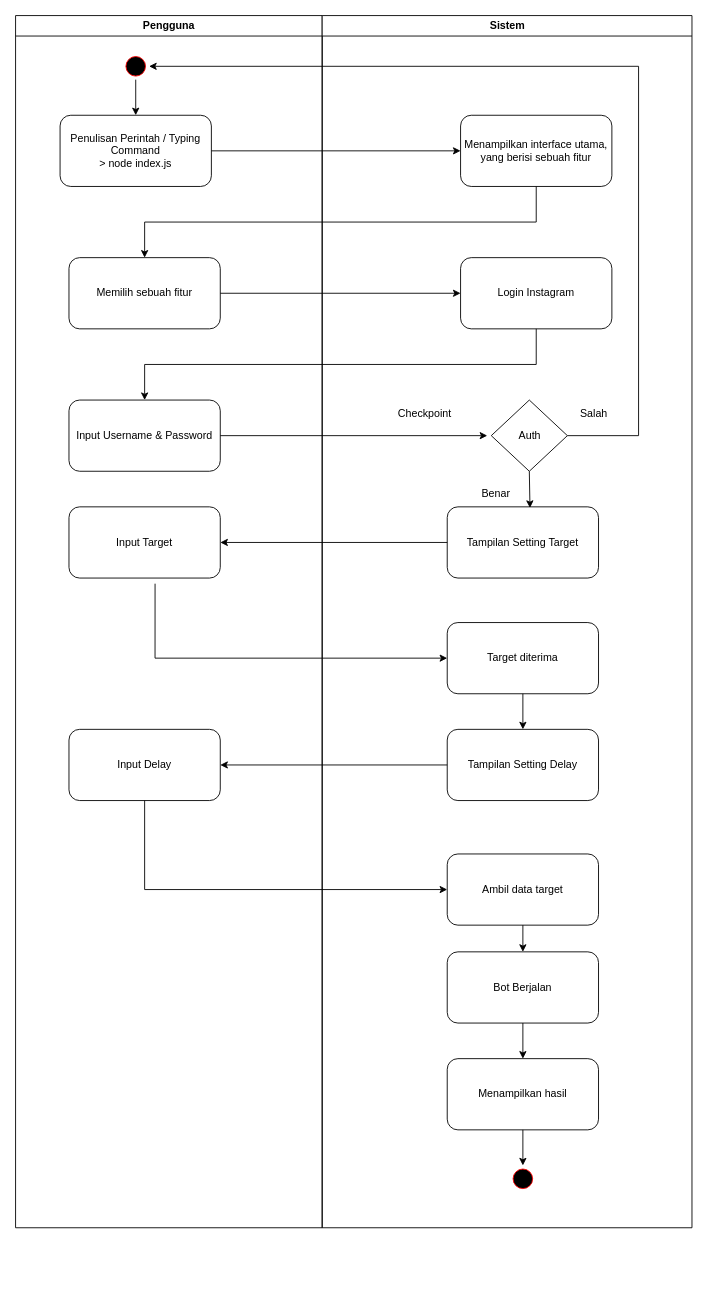
Above: activity sample.drawio in ehki7/GIS (draw.io), before the change. Source tidied: cells renumbered, new cells numbered last; positions are measured from the earlier drawing's top-left corner, leaving out a move shared by most shapes. Both pictures are drawn from the tidied source at 89%, with x=0, y=0 at pixel (15, 15).
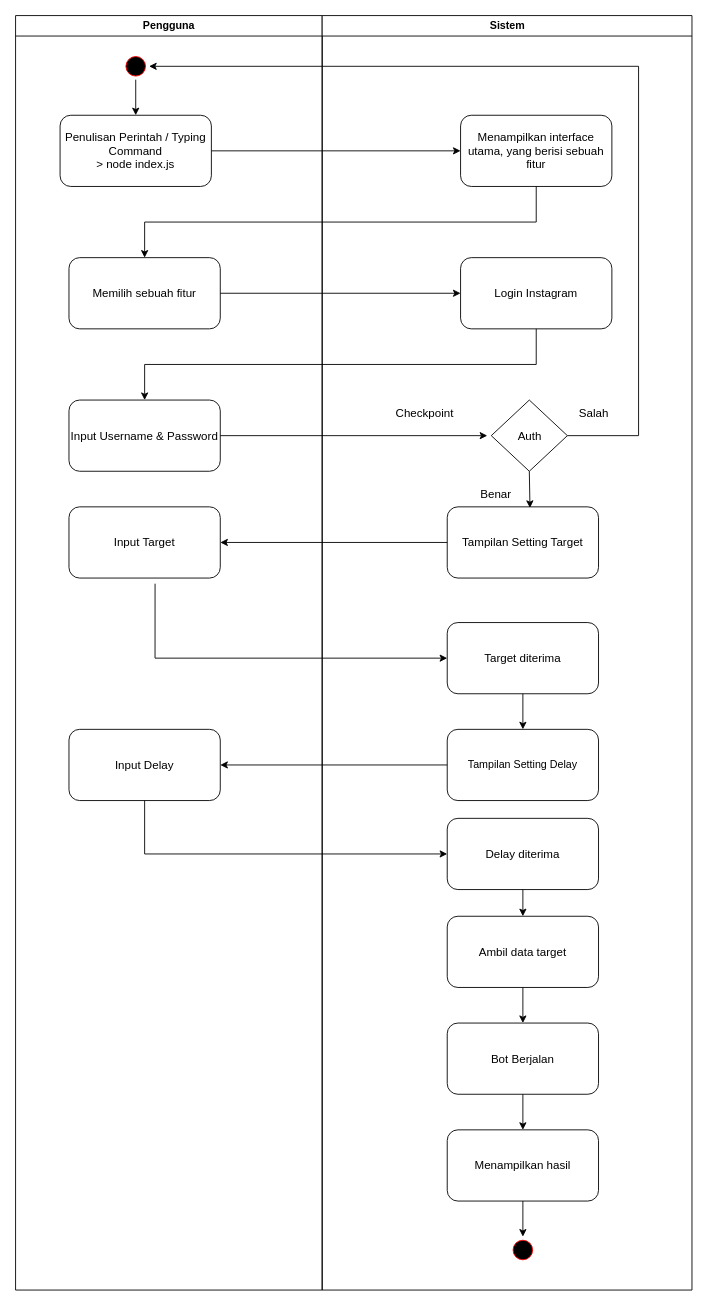
Above is the later version.

Change to the diagram source:
```diff
@@
     <mxCell id="2" value="Pengguna" style="swimlane;whiteSpace=wrap;" parent="1" vertex="1">
-      <mxGeometry width="344.5" height="1362" as="geometry" />
+      <mxGeometry width="344.5" height="1432" as="geometry" />
     </mxCell>
@@
-    <mxCell id="4" value="Penulisan Perintah / Typing Command&lt;br&gt;&amp;gt; node index.js" style="rounded=1;whiteSpace=wrap;html=1;" parent="2" vertex="1">
+    <mxCell id="4" value="&lt;font style=&quot;font-size: 13px;&quot;&gt;Penulisan Perintah / Typing Command&lt;br&gt;&amp;gt; node index.js&lt;/font&gt;" style="rounded=1;whiteSpace=wrap;html=1;" parent="2" vertex="1">
       <mxGeometry x="50" y="112" width="170" height="80" as="geometry" />
     </mxCell>
-    <mxCell id="5" value="Memilih sebuah fitur" style="rounded=1;whiteSpace=wrap;html=1;" parent="2" vertex="1">
+    <mxCell id="5" value="&lt;font style=&quot;font-size: 13px;&quot;&gt;Memilih sebuah fitur&lt;/font&gt;" style="rounded=1;whiteSpace=wrap;html=1;" parent="2" vertex="1">
       <mxGeometry x="60" y="272" width="170" height="80" as="geometry" />
     </mxCell>
-    <mxCell id="6" value="Input Username &amp;amp; Password" style="rounded=1;whiteSpace=wrap;html=1;" parent="2" vertex="1">
+    <mxCell id="6" value="&lt;font style=&quot;font-size: 13px;&quot;&gt;Input Username &amp;amp; Password&lt;/font&gt;" style="rounded=1;whiteSpace=wrap;html=1;" parent="2" vertex="1">
       <mxGeometry x="60" y="432" width="170" height="80" as="geometry" />
     </mxCell>
-    <mxCell id="7" value="Input Target" style="rounded=1;whiteSpace=wrap;html=1;" parent="2" vertex="1">
+    <mxCell id="7" value="&lt;font style=&quot;font-size: 13px;&quot;&gt;Input Target&lt;/font&gt;" style="rounded=1;whiteSpace=wrap;html=1;" parent="2" vertex="1">
       <mxGeometry x="60" y="552" width="170" height="80" as="geometry" />
     </mxCell>
@@
-    <mxCell id="9" value="Input Delay" style="rounded=1;whiteSpace=wrap;html=1;" parent="2" vertex="1">
+    <mxCell id="9" value="&lt;font style=&quot;font-size: 13px;&quot;&gt;Input Delay&lt;/font&gt;" style="rounded=1;whiteSpace=wrap;html=1;" parent="2" vertex="1">
       <mxGeometry x="60" y="802" width="170" height="80" as="geometry" />
     </mxCell>
     <mxCell id="10" value="Sistem" style="swimlane;whiteSpace=wrap;startSize=23;" parent="1" vertex="1">
-      <mxGeometry x="344.5" width="415.5" height="1362" as="geometry" />
+      <mxGeometry x="344.5" width="415.5" height="1432" as="geometry" />
     </mxCell>
-    <mxCell id="11" value="Menampilkan interface utama, yang berisi sebuah fitur" style="rounded=1;whiteSpace=wrap;html=1;" parent="10" vertex="1">
+    <mxCell id="11" value="&lt;font style=&quot;font-size: 13px;&quot;&gt;Menampilkan interface utama, yang berisi sebuah fitur&lt;/font&gt;" style="rounded=1;whiteSpace=wrap;html=1;" parent="10" vertex="1">
       <mxGeometry x="155.5" y="112" width="170" height="80" as="geometry" />
     </mxCell>
-    <mxCell id="12" value="Login Instagram" style="rounded=1;whiteSpace=wrap;html=1;" parent="10" vertex="1">
+    <mxCell id="12" value="&lt;font style=&quot;font-size: 13px;&quot;&gt;Login Instagram&lt;/font&gt;" style="rounded=1;whiteSpace=wrap;html=1;" parent="10" vertex="1">
       <mxGeometry x="155.5" y="272" width="170" height="80" as="geometry" />
     </mxCell>
-    <mxCell id="13" value="Auth" style="rhombus;whiteSpace=wrap;html=1;" parent="10" vertex="1">
+    <mxCell id="13" value="&lt;font style=&quot;font-size: 13px;&quot;&gt;Auth&lt;/font&gt;" style="rhombus;whiteSpace=wrap;html=1;" parent="10" vertex="1">
       <mxGeometry x="190" y="432" width="85.5" height="80" as="geometry" />
     </mxCell>
-    <mxCell id="14" value="Checkpoint" style="text;html=1;strokeColor=none;fillColor=none;align=center;verticalAlign=middle;whiteSpace=wrap;rounded=0;" parent="10" vertex="1">
+    <mxCell id="14" value="&lt;font style=&quot;font-size: 13px;&quot;&gt;Checkpoint&lt;/font&gt;" style="text;html=1;strokeColor=none;fillColor=none;align=center;verticalAlign=middle;whiteSpace=wrap;rounded=0;" parent="10" vertex="1">
       <mxGeometry x="60" y="432" width="110" height="30" as="geometry" />
     </mxCell>
-    <mxCell id="15" value="Tampilan Setting Target" style="rounded=1;whiteSpace=wrap;html=1;" parent="10" vertex="1">
+    <mxCell id="15" value="&lt;font style=&quot;font-size: 13px;&quot;&gt;Tampilan Setting Target&lt;/font&gt;" style="rounded=1;whiteSpace=wrap;html=1;" parent="10" vertex="1">
       <mxGeometry x="140.5" y="552" width="170" height="80" as="geometry" />
     </mxCell>
@@
-    <mxCell id="17" value="Salah" style="text;html=1;strokeColor=none;fillColor=none;align=center;verticalAlign=middle;whiteSpace=wrap;rounded=0;" parent="10" vertex="1">
+    <mxCell id="17" value="&lt;font style=&quot;font-size: 13px;&quot;&gt;Salah&lt;/font&gt;" style="text;html=1;strokeColor=none;fillColor=none;align=center;verticalAlign=middle;whiteSpace=wrap;rounded=0;" parent="10" vertex="1">
       <mxGeometry x="275.5" y="432" width="60" height="30" as="geometry" />
     </mxCell>
-    <mxCell id="18" value="Benar" style="text;html=1;strokeColor=none;fillColor=none;align=center;verticalAlign=middle;whiteSpace=wrap;rounded=0;" parent="10" vertex="1">
+    <mxCell id="18" value="&lt;font style=&quot;font-size: 13px;&quot;&gt;Benar&lt;/font&gt;" style="text;html=1;strokeColor=none;fillColor=none;align=center;verticalAlign=middle;whiteSpace=wrap;rounded=0;" parent="10" vertex="1">
       <mxGeometry x="165.5" y="522" width="60" height="30" as="geometry" />
     </mxCell>
-    <mxCell id="19" value="Target diterima" style="rounded=1;whiteSpace=wrap;html=1;" parent="10" vertex="1">
+    <mxCell id="19" value="&lt;font style=&quot;font-size: 13px;&quot;&gt;Target diterima&lt;/font&gt;" style="rounded=1;whiteSpace=wrap;html=1;" parent="10" vertex="1">
       <mxGeometry x="140.5" y="682" width="170" height="80" as="geometry" />
     </mxCell>
@@
-    <mxCell id="21" value="Ambil data target" style="rounded=1;whiteSpace=wrap;html=1;" parent="10" vertex="1">
-      <mxGeometry x="140.5" y="942" width="170" height="80" as="geometry" />
+    <mxCell id="21" value="&lt;font style=&quot;font-size: 13px;&quot;&gt;Ambil data target&lt;/font&gt;" style="rounded=1;whiteSpace=wrap;html=1;" parent="10" vertex="1">
+      <mxGeometry x="140.5" y="1012" width="170" height="80" as="geometry" />
     </mxCell>
-    <mxCell id="22" value="Bot Berjalan" style="rounded=1;whiteSpace=wrap;html=1;" parent="10" vertex="1">
-      <mxGeometry x="140.5" y="1052" width="170" height="80" as="geometry" />
+    <mxCell id="22" value="&lt;font style=&quot;font-size: 13px;&quot;&gt;Bot Berjalan&lt;/font&gt;" style="rounded=1;whiteSpace=wrap;html=1;" parent="10" vertex="1">
+      <mxGeometry x="140.5" y="1132" width="170" height="80" as="geometry" />
     </mxCell>
@@
-    <mxCell id="25" value="Menampilkan hasil" style="rounded=1;whiteSpace=wrap;html=1;" parent="10" vertex="1">
-      <mxGeometry x="140.5" y="1172" width="170" height="80" as="geometry" />
+    <mxCell id="25" value="&lt;font style=&quot;font-size: 13px;&quot;&gt;Menampilkan hasil&lt;/font&gt;" style="rounded=1;whiteSpace=wrap;html=1;" parent="10" vertex="1">
+      <mxGeometry x="140.5" y="1252" width="170" height="80" as="geometry" />
     </mxCell>
@@
     <mxCell id="27" style="ellipse;shape=startState;fillColor=#000000;strokeColor=#ff0000;" parent="10" vertex="1">
-      <mxGeometry x="210.5" y="1292" width="30" height="30" as="geometry" />
+      <mxGeometry x="210.5" y="1372" width="30" height="30" as="geometry" />
     </mxCell>
@@
+    <mxCell id="39" value="&lt;font style=&quot;font-size: 13px;&quot;&gt;Delay diterima&lt;/font&gt;" style="rounded=1;whiteSpace=wrap;html=1;" parent="10" vertex="1">
+      <mxGeometry x="140.5" y="902" width="170" height="80" as="geometry" />
+    </mxCell>
+    <mxCell id="40" style="endArrow=classic;html=1;rounded=0;fontSize=13;exitX=0.5;exitY=1;exitDx=0;exitDy=0;entryX=0.5;entryY=0;entryDx=0;entryDy=0;" parent="10" edge="1" source="39" target="21">
+      <mxGeometry relative="1" as="geometry" />
+    </mxCell>
@@
-    <mxCell id="38" style="endArrow=classic;html=1;rounded=0;exitX=0.5;exitY=1;exitDx=0;exitDy=0;entryX=0;entryY=0.5;entryDx=0;entryDy=0;edgeStyle=orthogonalEdgeStyle;" parent="1" edge="1" source="9" target="21">
+    <mxCell id="38" style="endArrow=classic;html=1;rounded=0;exitX=0.5;exitY=1;exitDx=0;exitDy=0;entryX=0;entryY=0.5;entryDx=0;entryDy=0;edgeStyle=orthogonalEdgeStyle;" parent="1" edge="1" source="9" target="39">
       <mxGeometry relative="1" as="geometry" />
     </mxCell>
```
